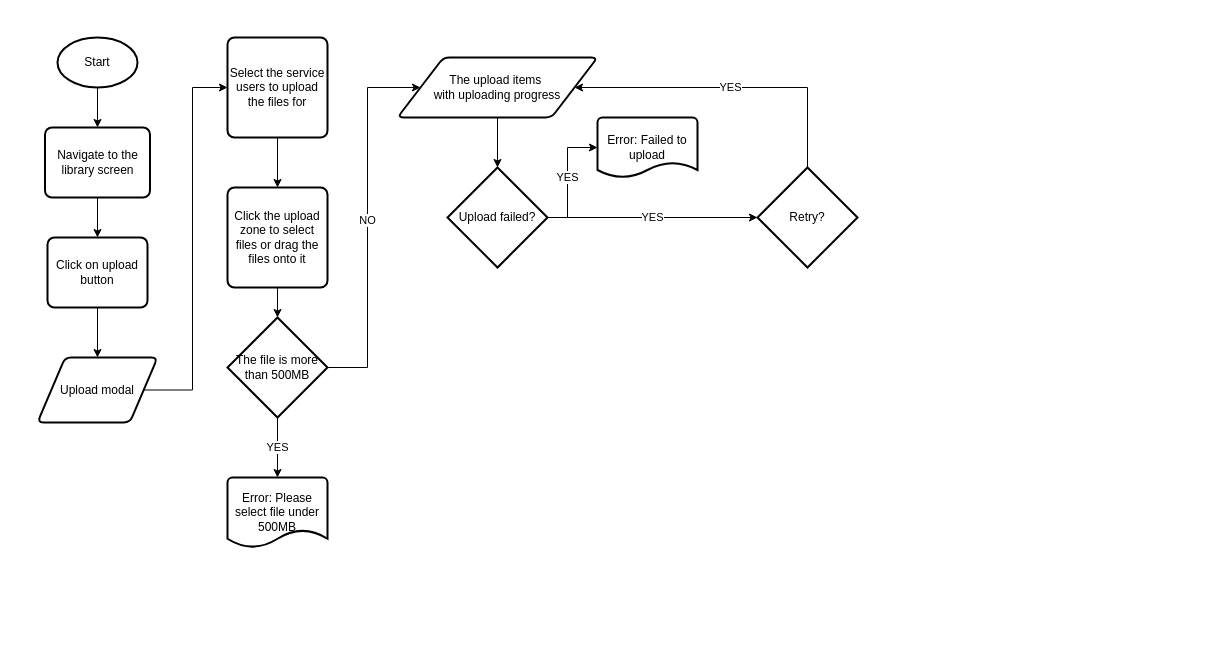
Before: recornect/library/upload-flow.drawio in TriTamLe/my-draws, a draw.io diagram. Source tidied: cells renumbered, new cells numbered last; positions are measured from the earlier drawing's top-left corner, leaving out a move shared by most shapes. Both pictures are drawn from the tidied source at 100%, with x=0, y=0 at pixel (37, 37).
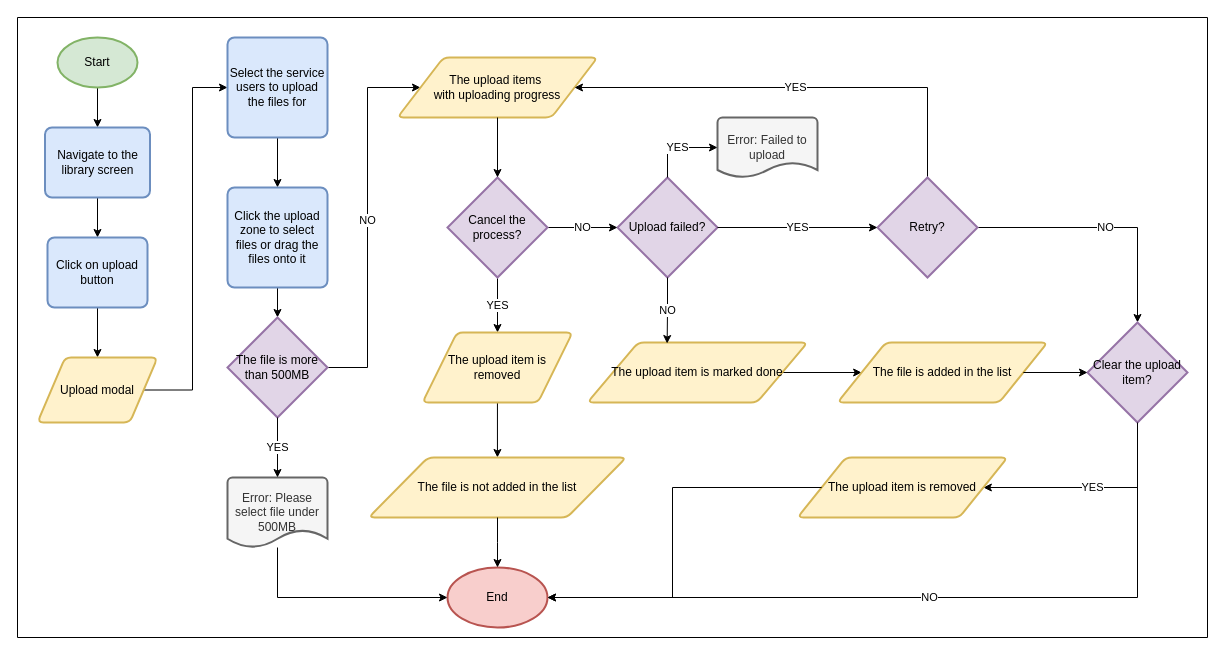
Above is the later version.

The edit, as a diff of the source:
```diff
@@
-    <mxCell id="3" value="Start" style="strokeWidth=2;html=1;shape=mxgraph.flowchart.start_1;whiteSpace=wrap;" parent="1" vertex="1">
+    <mxCell id="3" value="Start" style="strokeWidth=2;html=1;shape=mxgraph.flowchart.start_1;whiteSpace=wrap;fillColor=#d5e8d4;strokeColor=#82b366;" parent="1" vertex="1">
       <mxGeometry x="20" width="80" height="50" as="geometry" />
     </mxCell>
@@
-    <mxCell id="5" value="Navigate to the library screen" style="rounded=1;whiteSpace=wrap;html=1;absoluteArcSize=1;arcSize=14;strokeWidth=2;" parent="1" vertex="1">
+    <mxCell id="5" value="Navigate to the library screen" style="rounded=1;whiteSpace=wrap;html=1;absoluteArcSize=1;arcSize=14;strokeWidth=2;fillColor=#dae8fc;strokeColor=#6c8ebf;" parent="1" vertex="1">
       <mxGeometry x="7.5" y="90" width="105" height="70" as="geometry" />
     </mxCell>
@@
-    <mxCell id="7" value="Click on upload button" style="rounded=1;whiteSpace=wrap;html=1;absoluteArcSize=1;arcSize=14;strokeWidth=2;" parent="1" vertex="1">
+    <mxCell id="7" value="Click on upload button" style="rounded=1;whiteSpace=wrap;html=1;absoluteArcSize=1;arcSize=14;strokeWidth=2;fillColor=#dae8fc;strokeColor=#6c8ebf;" parent="1" vertex="1">
       <mxGeometry x="10" y="200" width="100" height="70" as="geometry" />
     </mxCell>
@@
-    <mxCell id="9" value="Upload modal" style="shape=parallelogram;html=1;strokeWidth=2;perimeter=parallelogramPerimeter;whiteSpace=wrap;rounded=1;arcSize=12;size=0.23;" parent="1" vertex="1">
+    <mxCell id="9" value="Upload modal" style="shape=parallelogram;html=1;strokeWidth=2;perimeter=parallelogramPerimeter;whiteSpace=wrap;rounded=1;arcSize=12;size=0.23;fillColor=#fff2cc;strokeColor=#d6b656;" parent="1" vertex="1">
       <mxGeometry y="320" width="120" height="65" as="geometry" />
     </mxCell>
@@
-    <mxCell id="11" value="Select the service users to upload the files for" style="rounded=1;whiteSpace=wrap;html=1;absoluteArcSize=1;arcSize=14;strokeWidth=2;" parent="1" vertex="1">
+    <mxCell id="11" value="Select the service users to upload the files for" style="rounded=1;whiteSpace=wrap;html=1;absoluteArcSize=1;arcSize=14;strokeWidth=2;fillColor=#dae8fc;strokeColor=#6c8ebf;" parent="1" vertex="1">
       <mxGeometry x="190" width="100" height="100" as="geometry" />
     </mxCell>
@@
-    <mxCell id="13" value="Click the upload zone to select files or drag the files onto it" style="rounded=1;whiteSpace=wrap;html=1;absoluteArcSize=1;arcSize=14;strokeWidth=2;" parent="1" vertex="1">
+    <mxCell id="13" value="Click the upload zone to select files or drag the files onto it" style="rounded=1;whiteSpace=wrap;html=1;absoluteArcSize=1;arcSize=14;strokeWidth=2;fillColor=#dae8fc;strokeColor=#6c8ebf;" parent="1" vertex="1">
       <mxGeometry x="190" y="150" width="100" height="100" as="geometry" />
     </mxCell>
@@
-    <mxCell id="15" value="The file is more than 500MB" style="strokeWidth=2;html=1;shape=mxgraph.flowchart.decision;whiteSpace=wrap;" parent="1" vertex="1">
+    <mxCell id="15" value="The file is more than 500MB" style="strokeWidth=2;html=1;shape=mxgraph.flowchart.decision;whiteSpace=wrap;fillColor=#e1d5e7;strokeColor=#9673a6;" parent="1" vertex="1">
       <mxGeometry x="190" y="280" width="100" height="100" as="geometry" />
     </mxCell>
-    <mxCell id="16" value="Error: Please select file under 500MB" style="strokeWidth=2;html=1;shape=mxgraph.flowchart.document2;whiteSpace=wrap;size=0.25;" parent="1" vertex="1">
+    <mxCell id="16" value="Error: Please select file under 500MB" style="strokeWidth=2;html=1;shape=mxgraph.flowchart.document2;whiteSpace=wrap;size=0.25;fillColor=#f5f5f5;fontColor=#333333;strokeColor=#666666;" parent="1" vertex="1">
       <mxGeometry x="190" y="440" width="100" height="70" as="geometry" />
     </mxCell>
@@
-    <mxCell id="18" style="edgeStyle=orthogonalEdgeStyle;rounded=0;jettySize=auto;html=1;" parent="1" edge="1" source="19" target="20">
-      <mxGeometry relative="1" as="geometry" />
-    </mxCell>
-    <mxCell id="19" value="The upload items&amp;nbsp;&lt;br&gt;with uploading progress" style="shape=parallelogram;html=1;strokeWidth=2;perimeter=parallelogramPerimeter;whiteSpace=wrap;rounded=1;arcSize=12;size=0.23;" parent="1" vertex="1">
+    <mxCell id="19" value="The upload items&amp;nbsp;&lt;br&gt;with uploading progress" style="shape=parallelogram;html=1;strokeWidth=2;perimeter=parallelogramPerimeter;whiteSpace=wrap;rounded=1;arcSize=12;size=0.23;fillColor=#fff2cc;strokeColor=#d6b656;" parent="1" vertex="1">
       <mxGeometry x="360" y="20" width="200" height="60" as="geometry" />
     </mxCell>
-    <mxCell id="20" value="Upload failed?" style="strokeWidth=2;html=1;shape=mxgraph.flowchart.decision;whiteSpace=wrap;" parent="1" vertex="1">
-      <mxGeometry x="410" y="130" width="100" height="100" as="geometry" />
+    <mxCell id="20" value="Upload failed?" style="strokeWidth=2;html=1;shape=mxgraph.flowchart.decision;whiteSpace=wrap;fillColor=#e1d5e7;strokeColor=#9673a6;" parent="1" vertex="1">
+      <mxGeometry x="580" y="140" width="100" height="100" as="geometry" />
     </mxCell>
-    <mxCell id="21" value="Error: Failed to upload" style="strokeWidth=2;html=1;shape=mxgraph.flowchart.document2;whiteSpace=wrap;size=0.25;" parent="1" vertex="1">
-      <mxGeometry x="560" y="80" width="100" height="60" as="geometry" />
+    <mxCell id="21" value="Error: Failed to upload" style="strokeWidth=2;html=1;shape=mxgraph.flowchart.document2;whiteSpace=wrap;size=0.25;fillColor=#f5f5f5;fontColor=#333333;strokeColor=#666666;" parent="1" vertex="1">
+      <mxGeometry x="680" y="80" width="100" height="60" as="geometry" />
     </mxCell>
-    <mxCell id="22" value="YES" style="edgeStyle=orthogonalEdgeStyle;rounded=0;jettySize=auto;html=1;entryX=0;entryY=0.5;entryDx=0;entryDy=0;entryPerimeter=0;" parent="1" edge="1" source="20" target="21">
-      <mxGeometry relative="1" as="geometry">
-        <Array as="points">
-          <mxPoint x="530" y="180" />
-          <mxPoint x="530" y="110" />
-        </Array>
-      </mxGeometry>
-    </mxCell>
+    <mxCell id="26" value="NO" style="edgeStyle=orthogonalEdgeStyle;rounded=0;jettySize=auto;html=1;" parent="1" edge="1" source="24" target="38">
+      <mxGeometry relative="1" as="geometry" />
+    </mxCell>
     <mxCell id="23" value="YES" style="edgeStyle=orthogonalEdgeStyle;rounded=0;jettySize=auto;html=1;entryX=1;entryY=0.5;entryDx=0;entryDy=0;" parent="1" edge="1" source="24" target="19">
       <mxGeometry relative="1" as="geometry">
         <Array as="points">
-          <mxPoint x="770" y="50" />
+          <mxPoint x="890" y="50" />
         </Array>
       </mxGeometry>
     </mxCell>
-    <mxCell id="24" value="Retry?" style="strokeWidth=2;html=1;shape=mxgraph.flowchart.decision;whiteSpace=wrap;" parent="1" vertex="1">
-      <mxGeometry x="720" y="130" width="100" height="100" as="geometry" />
+    <mxCell id="24" value="Retry?" style="strokeWidth=2;html=1;shape=mxgraph.flowchart.decision;whiteSpace=wrap;fillColor=#e1d5e7;strokeColor=#9673a6;" parent="1" vertex="1">
+      <mxGeometry x="840" y="140" width="100" height="100" as="geometry" />
     </mxCell>
+    <mxCell id="27" value="YES" style="edgeStyle=orthogonalEdgeStyle;rounded=0;jettySize=auto;html=1;" parent="1" edge="1" source="29" target="31">
+      <mxGeometry relative="1" as="geometry" />
+    </mxCell>
+    <mxCell id="28" value="NO" style="edgeStyle=orthogonalEdgeStyle;rounded=0;jettySize=auto;html=1;" parent="1" edge="1" source="29" target="20">
+      <mxGeometry relative="1" as="geometry" />
+    </mxCell>
+    <mxCell id="29" value="Cancel the process?" style="strokeWidth=2;html=1;shape=mxgraph.flowchart.decision;whiteSpace=wrap;fillColor=#e1d5e7;strokeColor=#9673a6;" parent="1" vertex="1">
+      <mxGeometry x="410" y="140" width="100" height="100" as="geometry" />
+    </mxCell>
+    <mxCell id="30" style="edgeStyle=orthogonalEdgeStyle;rounded=0;jettySize=auto;html=1;entryX=0.5;entryY=0;entryDx=0;entryDy=0;" parent="1" edge="1" source="31" target="33">
+      <mxGeometry relative="1" as="geometry" />
+    </mxCell>
+    <mxCell id="31" value="The upload item is removed" style="shape=parallelogram;html=1;strokeWidth=2;perimeter=parallelogramPerimeter;whiteSpace=wrap;rounded=1;arcSize=12;size=0.23;fillColor=#fff2cc;strokeColor=#d6b656;" parent="1" vertex="1">
+      <mxGeometry x="385" y="295" width="150" height="70" as="geometry" />
+    </mxCell>
+    <mxCell id="32" style="edgeStyle=orthogonalEdgeStyle;rounded=0;jettySize=auto;html=1;entryX=0.5;entryY=0;entryDx=0;entryDy=0;entryPerimeter=0;" parent="1" edge="1" source="19" target="29">
+      <mxGeometry relative="1" as="geometry" />
+    </mxCell>
+    <mxCell id="33" value="The file is not added in the list" style="shape=parallelogram;html=1;strokeWidth=2;perimeter=parallelogramPerimeter;whiteSpace=wrap;rounded=1;arcSize=12;size=0.23;fillColor=#fff2cc;strokeColor=#d6b656;" parent="1" vertex="1">
+      <mxGeometry x="331.2" y="420" width="257.5" height="60" as="geometry" />
+    </mxCell>
+    <mxCell id="22" value="YES" style="edgeStyle=orthogonalEdgeStyle;rounded=0;jettySize=auto;html=1;entryX=0;entryY=0.5;entryDx=0;entryDy=0;entryPerimeter=0;" parent="1" edge="1" source="20" target="21">
+      <mxGeometry relative="1" as="geometry" />
+    </mxCell>
     <mxCell id="25" value="YES" style="edgeStyle=orthogonalEdgeStyle;rounded=0;jettySize=auto;html=1;entryX=0;entryY=0.5;entryDx=0;entryDy=0;entryPerimeter=0;" parent="1" edge="1" source="20" target="24">
-      <mxGeometry relative="1" as="geometry">
-        <Array as="points">
-          <mxPoint x="620" y="180" />
-          <mxPoint x="620" y="180" />
-        </Array>
-      </mxGeometry>
+      <mxGeometry relative="1" as="geometry" />
     </mxCell>
+    <mxCell id="34" style="edgeStyle=orthogonalEdgeStyle;rounded=0;jettySize=auto;html=1;entryX=0;entryY=0.5;entryDx=0;entryDy=0;" parent="1" edge="1" source="35" target="41">
+      <mxGeometry relative="1" as="geometry" />
+    </mxCell>
+    <mxCell id="35" value="The upload item is marked done" style="shape=parallelogram;html=1;strokeWidth=2;perimeter=parallelogramPerimeter;whiteSpace=wrap;rounded=1;arcSize=12;size=0.23;fillColor=#fff2cc;strokeColor=#d6b656;" parent="1" vertex="1">
+      <mxGeometry x="550" y="305" width="220" height="60" as="geometry" />
+    </mxCell>
+    <mxCell id="36" value="NO" style="edgeStyle=orthogonalEdgeStyle;rounded=0;jettySize=auto;html=1;entryX=0.362;entryY=0.017;entryDx=0;entryDy=0;entryPerimeter=0;" parent="1" edge="1" source="20" target="35">
+      <mxGeometry relative="1" as="geometry" />
+    </mxCell>
+    <mxCell id="37" value="YES" style="edgeStyle=orthogonalEdgeStyle;rounded=0;jettySize=auto;html=1;entryX=1;entryY=0.5;entryDx=0;entryDy=0;" parent="1" edge="1" source="38" target="39">
+      <mxGeometry relative="1" as="geometry">
+        <Array as="points">
+          <mxPoint x="1100" y="450" />
+        </Array>
+      </mxGeometry>
+    </mxCell>
+    <mxCell id="38" value="Clear the upload item?" style="strokeWidth=2;html=1;shape=mxgraph.flowchart.decision;whiteSpace=wrap;fillColor=#e1d5e7;strokeColor=#9673a6;" parent="1" vertex="1">
+      <mxGeometry x="1050" y="285" width="100" height="100" as="geometry" />
+    </mxCell>
+    <mxCell id="39" value="The upload item is removed" style="shape=parallelogram;html=1;strokeWidth=2;perimeter=parallelogramPerimeter;whiteSpace=wrap;rounded=1;arcSize=12;size=0.23;fillColor=#fff2cc;strokeColor=#d6b656;" parent="1" vertex="1">
+      <mxGeometry x="760" y="420" width="210" height="60" as="geometry" />
+    </mxCell>
+    <mxCell id="40" value="End" style="strokeWidth=2;html=1;shape=mxgraph.flowchart.start_1;whiteSpace=wrap;fillColor=#f8cecc;strokeColor=#b85450;" parent="1" vertex="1">
+      <mxGeometry x="410" y="530" width="100" height="60" as="geometry" />
+    </mxCell>
+    <mxCell id="41" value="The file is added in the list" style="shape=parallelogram;html=1;strokeWidth=2;perimeter=parallelogramPerimeter;whiteSpace=wrap;rounded=1;arcSize=12;size=0.23;fillColor=#fff2cc;strokeColor=#d6b656;" parent="1" vertex="1">
+      <mxGeometry x="800" y="305" width="210" height="60" as="geometry" />
+    </mxCell>
+    <mxCell id="42" style="edgeStyle=orthogonalEdgeStyle;rounded=0;jettySize=auto;html=1;entryX=0;entryY=0.5;entryDx=0;entryDy=0;entryPerimeter=0;" parent="1" edge="1" source="41" target="38">
+      <mxGeometry relative="1" as="geometry" />
+    </mxCell>
+    <mxCell id="43" value="NO" style="edgeStyle=orthogonalEdgeStyle;rounded=0;jettySize=auto;html=1;entryX=1;entryY=0.5;entryDx=0;entryDy=0;entryPerimeter=0;" parent="1" edge="1" source="38" target="40">
+      <mxGeometry relative="1" as="geometry">
+        <Array as="points">
+          <mxPoint x="1100" y="560" />
+        </Array>
+      </mxGeometry>
+    </mxCell>
+    <mxCell id="44" style="edgeStyle=orthogonalEdgeStyle;rounded=0;jettySize=auto;html=1;entryX=1;entryY=0.5;entryDx=0;entryDy=0;entryPerimeter=0;" parent="1" edge="1" source="39" target="40">
+      <mxGeometry relative="1" as="geometry" />
+    </mxCell>
+    <mxCell id="45" style="edgeStyle=orthogonalEdgeStyle;rounded=0;jettySize=auto;html=1;entryX=0.5;entryY=0;entryDx=0;entryDy=0;entryPerimeter=0;" parent="1" edge="1" source="33" target="40">
+      <mxGeometry relative="1" as="geometry" />
+    </mxCell>
+    <mxCell id="46" style="edgeStyle=orthogonalEdgeStyle;rounded=0;jettySize=auto;html=1;entryX=0;entryY=0.5;entryDx=0;entryDy=0;entryPerimeter=0;" parent="1" edge="1" source="16" target="40">
+      <mxGeometry relative="1" as="geometry">
+        <Array as="points">
+          <mxPoint x="240" y="560" />
+        </Array>
+      </mxGeometry>
+    </mxCell>
+    <mxCell id="47" style="swimlane;startSize=0;" parent="1" vertex="1">
+      <mxGeometry x="-20" y="-20" width="1190" height="620" as="geometry" />
+    </mxCell>
```
